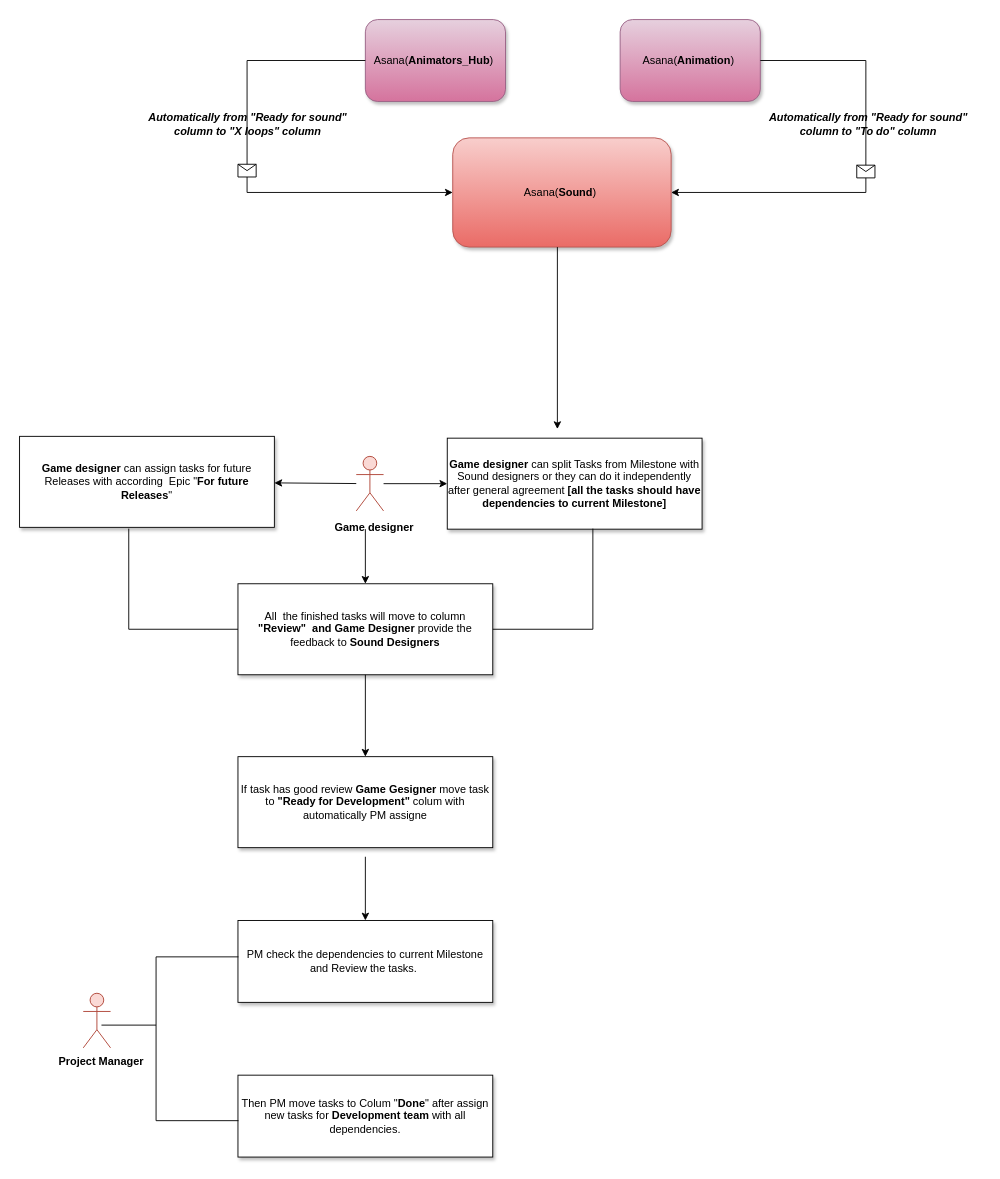
This is Sound Asana schema Sky network BP Diagram.drawio from annastazi09/blog, a draw.io file, before an edit. Source tidied: cells renumbered, new cells numbered last; positions are measured from the earlier drawing's top-left corner, leaving out a move shared by most shapes. Both pictures are drawn from the tidied source at 91%, with x=0, y=0 at pixel (19, 19).
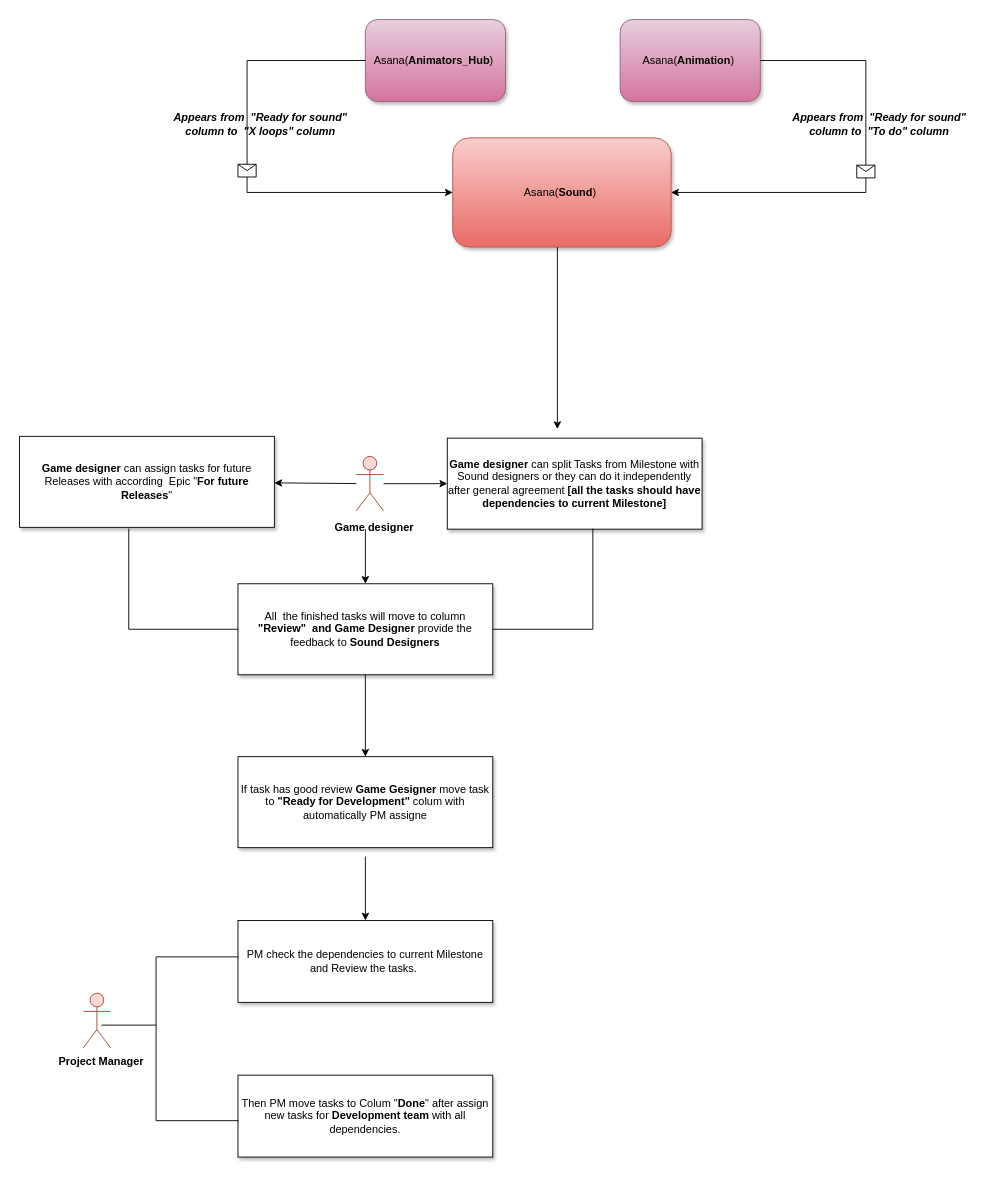
Above is the later version.

Change to the diagram source:
```diff
@@
-    <mxCell id="8" value="&lt;b&gt;&lt;i&gt;Automatically from &quot;Ready for sound&quot; column to &quot;X loops&quot; column&lt;/i&gt;&lt;/b&gt;" style="text;html=1;strokeColor=none;fillColor=none;align=center;verticalAlign=middle;whiteSpace=wrap;rounded=0;" parent="1" vertex="1">
-      <mxGeometry x="136" y="100" width="230" height="30" as="geometry" />
+    <mxCell id="8" value="&lt;b&gt;&lt;i&gt;Appears from&amp;nbsp; &quot;Ready for sound&quot; column to&amp;nbsp; &quot;X loops&quot; column&lt;/i&gt;&lt;/b&gt;" style="text;html=1;strokeColor=none;fillColor=none;align=center;verticalAlign=middle;whiteSpace=wrap;rounded=0;" parent="1" vertex="1">
+      <mxGeometry x="150" y="100" width="230" height="30" as="geometry" />
     </mxCell>
-    <mxCell id="9" value="&lt;b&gt;&lt;i&gt;Automatically from &quot;Ready for sound&quot; column to &quot;To do&quot; column&lt;/i&gt;&lt;/b&gt;" style="text;html=1;strokeColor=none;fillColor=none;align=center;verticalAlign=middle;whiteSpace=wrap;rounded=0;" parent="1" vertex="1">
-      <mxGeometry x="818" y="100" width="230" height="30" as="geometry" />
+    <mxCell id="9" value="&lt;b&gt;&lt;i&gt;Appears from&amp;nbsp; &quot;Ready for sound&quot; column to&amp;nbsp; &quot;To do&quot; column&lt;/i&gt;&lt;/b&gt;" style="text;html=1;strokeColor=none;fillColor=none;align=center;verticalAlign=middle;whiteSpace=wrap;rounded=0;" parent="1" vertex="1">
+      <mxGeometry x="830" y="100" width="230" height="30" as="geometry" />
     </mxCell>
```
